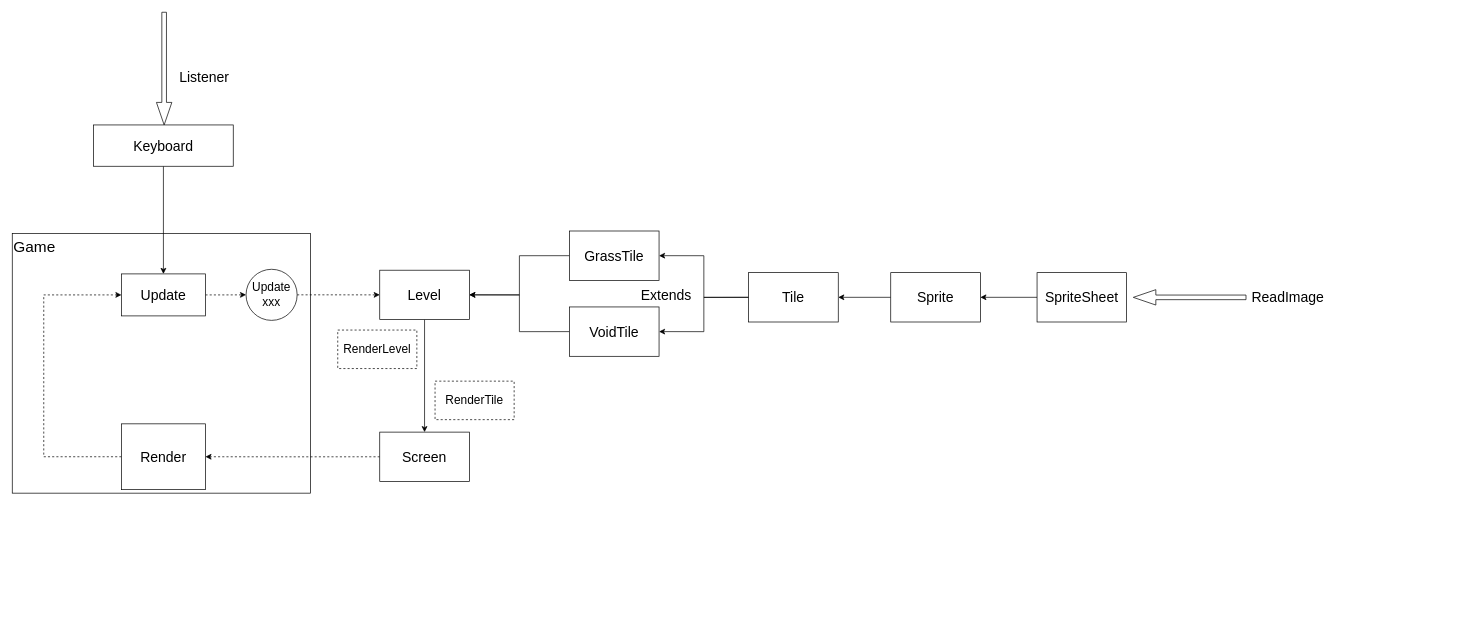
The draw.io diagram Game.drawio in xiaodongYao/DrawIO, before the edit. Source tidied: cells renumbered, new cells numbered last; positions are measured from the earlier drawing's top-left corner, leaving out a move shared by most shapes. Both pictures are drawn from the tidied source at 70%, with x=0, y=0 at pixel (12, 12).
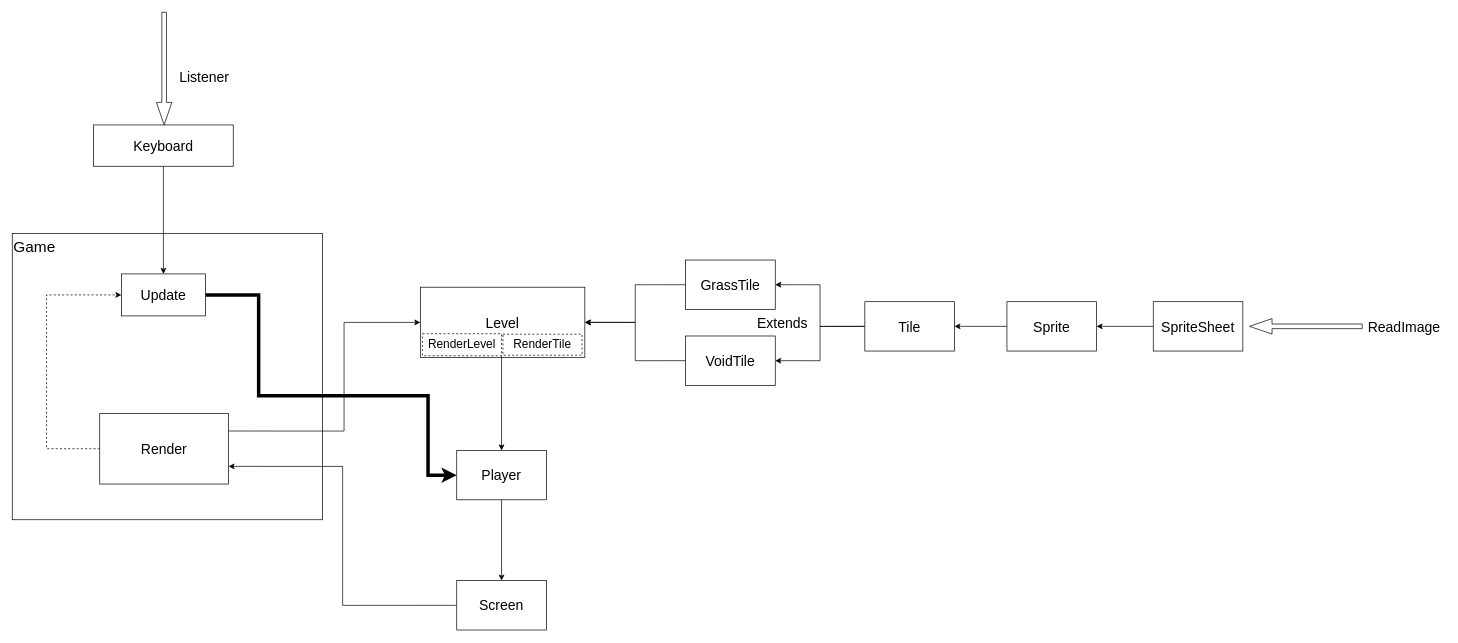
After the change.

Unchanged cells that the change refers to:
```xml
<mxCell id="10" value="Update" style="rounded=0;whiteSpace=wrap;html=1;fontSize=20;" parent="1" vertex="1">
  <mxGeometry x="156" y="373.8" width="120" height="60" as="geometry" />
</mxCell>
```

The edit, as a diff of the source:
```diff
@@
     <mxCell id="2" value="Game" style="rounded=0;whiteSpace=wrap;html=1;align=left;verticalAlign=top;fontSize=22;textShadow=0;" parent="1" vertex="1">
-      <mxGeometry y="316" width="426" height="371" as="geometry" />
+      <mxGeometry y="316" width="443" height="409" as="geometry" />
     </mxCell>
-    <mxCell id="3" style="edgeStyle=orthogonalEdgeStyle;rounded=0;jettySize=auto;html=1;exitX=0;exitY=0.5;exitDx=0;exitDy=0;entryX=1;entryY=0.5;entryDx=0;entryDy=0;dashed=1;" parent="1" edge="1" source="4" target="12">
+    <mxCell id="3" style="edgeStyle=orthogonalEdgeStyle;rounded=0;jettySize=auto;html=1;exitX=0;exitY=0.5;exitDx=0;exitDy=0;entryX=1;entryY=0.75;entryDx=0;entryDy=0;" parent="1" edge="1" source="4" target="12">
       <mxGeometry relative="1" as="geometry" />
     </mxCell>
     <mxCell id="4" value="Screen" style="rounded=0;whiteSpace=wrap;html=1;align=center;verticalAlign=middle;fontSize=20;" parent="1" vertex="1">
-      <mxGeometry x="525" y="599.8" width="128" height="70.5" as="geometry" />
+      <mxGeometry x="635" y="812" width="128" height="70.5" as="geometry" />
     </mxCell>
@@
-    <mxCell id="9" style="edgeStyle=orthogonalEdgeStyle;rounded=0;jettySize=auto;html=1;exitX=1;exitY=0.5;exitDx=0;exitDy=0;entryX=0;entryY=0.5;entryDx=0;entryDy=0;dashed=1;" parent="1" edge="1" source="10" target="20">
-      <mxGeometry relative="1" as="geometry" />
-    </mxCell>
+    <mxCell id="33" style="edgeStyle=orthogonalEdgeStyle;rounded=0;jettySize=auto;html=1;exitX=1;exitY=0.5;exitDx=0;exitDy=0;entryX=0;entryY=0.5;entryDx=0;entryDy=0;strokeWidth=5;" parent="1" edge="1" source="10" target="37">
+      <mxGeometry relative="1" as="geometry">
+        <Array as="points">
+          <mxPoint x="352" y="404" />
+          <mxPoint x="352" y="548" />
+          <mxPoint x="594" y="548" />
+          <mxPoint x="594" y="661" />
+        </Array>
+      </mxGeometry>
+    </mxCell>
@@
+    <mxCell id="34" style="edgeStyle=orthogonalEdgeStyle;rounded=0;jettySize=auto;html=1;exitX=1;exitY=0.25;exitDx=0;exitDy=0;entryX=0;entryY=0.5;entryDx=0;entryDy=0;" parent="1" edge="1" source="12" target="28">
+      <mxGeometry relative="1" as="geometry">
+        <Array as="points">
+          <mxPoint x="474" y="598" />
+          <mxPoint x="474" y="443" />
+        </Array>
+      </mxGeometry>
+    </mxCell>
     <mxCell id="11" style="edgeStyle=orthogonalEdgeStyle;rounded=0;jettySize=auto;html=1;exitX=0;exitY=0.5;exitDx=0;exitDy=0;entryX=0;entryY=0.5;entryDx=0;entryDy=0;dashed=1;" parent="1" edge="1" source="12" target="10">
       <mxGeometry relative="1" as="geometry">
         <Array as="points">
-          <mxPoint x="45" y="635" />
-          <mxPoint x="45" y="404" />
+          <mxPoint x="49" y="624" />
+          <mxPoint x="49" y="404" />
         </Array>
       </mxGeometry>
     </mxCell>
-    <mxCell id="12" value="Render" style="rounded=0;whiteSpace=wrap;html=1;fontSize=20;" parent="1" vertex="1">
-      <mxGeometry x="156" y="588" width="120" height="94" as="geometry" />
+    <mxCell id="12" value="Render" style="rounded=0;whiteSpace=wrap;html=1;fontSize=20;verticalAlign=middle;align=center;" parent="1" vertex="1">
+      <mxGeometry x="125" y="573" width="184" height="101" as="geometry" />
     </mxCell>
@@
     <mxCell id="14" value="SpriteSheet" style="rounded=0;whiteSpace=wrap;html=1;align=center;verticalAlign=middle;fontSize=20;" parent="1" vertex="1">
-      <mxGeometry x="1464" y="372" width="128" height="70.5" as="geometry" />
+      <mxGeometry x="1630" y="413.5" width="128" height="70.5" as="geometry" />
     </mxCell>
@@
     <mxCell id="16" value="Sprite" style="rounded=0;whiteSpace=wrap;html=1;align=center;verticalAlign=middle;fontSize=20;" parent="1" vertex="1">
-      <mxGeometry x="1255" y="372" width="128" height="70.5" as="geometry" />
+      <mxGeometry x="1421" y="413.5" width="128" height="70.5" as="geometry" />
     </mxCell>
     <mxCell id="17" style="shape=singleArrow;direction=south;whiteSpace=wrap;html=1;rotation=90;" parent="1" vertex="1">
-      <mxGeometry x="1671" y="326.8" width="22" height="161" as="geometry" />
+      <mxGeometry x="1837" y="368.2" width="22" height="161" as="geometry" />
     </mxCell>
     <mxCell id="18" value="ReadImage" style="text;html=1;align=center;verticalAlign=middle;whiteSpace=wrap;rounded=0;fontSize=20;" parent="1" vertex="1">
-      <mxGeometry x="1763" y="380.8" width="119" height="53" as="geometry" />
+      <mxGeometry x="1929" y="422.2" width="119" height="53" as="geometry" />
     </mxCell>
-    <mxCell id="19" style="edgeStyle=orthogonalEdgeStyle;rounded=0;jettySize=auto;html=1;exitX=1;exitY=0.5;exitDx=0;exitDy=0;entryX=0;entryY=0.5;entryDx=0;entryDy=0;dashed=1;" parent="1" edge="1" source="20" target="28">
-      <mxGeometry relative="1" as="geometry" />
-    </mxCell>
-    <mxCell id="20" value="Update xxx" style="ellipse;whiteSpace=wrap;html=1;fontSize=17;" parent="1" vertex="1">
-      <mxGeometry x="334" y="367.2" width="73" height="73" as="geometry" />
-    </mxCell>
@@
     <mxCell id="22" value="GrassTile" style="rounded=0;whiteSpace=wrap;html=1;align=center;verticalAlign=middle;fontSize=20;" parent="1" vertex="1">
-      <mxGeometry x="796" y="312.5" width="128" height="70.5" as="geometry" />
+      <mxGeometry x="962" y="354" width="128" height="70.5" as="geometry" />
     </mxCell>
@@
     <mxCell id="25" value="Tile" style="rounded=0;whiteSpace=wrap;html=1;align=center;verticalAlign=middle;fontSize=20;" parent="1" vertex="1">
-      <mxGeometry x="1052" y="372" width="128" height="70.5" as="geometry" />
+      <mxGeometry x="1218" y="413.5" width="128" height="70.5" as="geometry" />
     </mxCell>
     <mxCell id="26" value="Extends" style="text;html=1;align=center;verticalAlign=middle;whiteSpace=wrap;rounded=0;fontSize=20;" parent="1" vertex="1">
-      <mxGeometry x="887" y="380.8" width="95" height="44" as="geometry" />
+      <mxGeometry x="1053" y="422.2" width="95" height="44" as="geometry" />
     </mxCell>
-    <mxCell id="27" style="edgeStyle=orthogonalEdgeStyle;rounded=0;jettySize=auto;html=1;exitX=0.5;exitY=1;exitDx=0;exitDy=0;" parent="1" edge="1" source="28" target="4">
-      <mxGeometry relative="1" as="geometry" />
-    </mxCell>
     <mxCell id="28" value="Level" style="rounded=0;whiteSpace=wrap;html=1;align=center;verticalAlign=middle;fontSize=20;" parent="1" vertex="1">
-      <mxGeometry x="525" y="368.5" width="128" height="70.5" as="geometry" />
+      <mxGeometry x="583" y="392.8" width="235" height="100.5" as="geometry" />
     </mxCell>
@@
     <mxCell id="30" value="VoidTile" style="rounded=0;whiteSpace=wrap;html=1;align=center;verticalAlign=middle;fontSize=20;" parent="1" vertex="1">
-      <mxGeometry x="796" y="421" width="128" height="70.5" as="geometry" />
+      <mxGeometry x="962" y="462.5" width="128" height="70.5" as="geometry" />
     </mxCell>
+    <mxCell id="35" style="edgeStyle=orthogonalEdgeStyle;rounded=0;jettySize=auto;html=1;exitX=1;exitY=1;exitDx=0;exitDy=0;entryX=0.5;entryY=0;entryDx=0;entryDy=0;" parent="1" edge="1" source="31" target="37">
+      <mxGeometry relative="1" as="geometry" />
+    </mxCell>
     <mxCell id="31" value="RenderLevel" style="text;html=1;align=center;verticalAlign=middle;whiteSpace=wrap;rounded=0;fontSize=17;strokeColor=default;dashed=1;" parent="1" vertex="1">
-      <mxGeometry x="465" y="454" width="113" height="55" as="geometry" />
+      <mxGeometry x="586" y="459.2" width="113" height="31.5" as="geometry" />
     </mxCell>
     <mxCell id="32" value="RenderTile" style="text;html=1;align=center;verticalAlign=middle;whiteSpace=wrap;rounded=0;fontSize=17;strokeColor=default;dashed=1;" parent="1" vertex="1">
-      <mxGeometry x="604" y="527" width="113" height="55" as="geometry" />
+      <mxGeometry x="701" y="460" width="113" height="30" as="geometry" />
     </mxCell>
+    <mxCell id="36" style="edgeStyle=orthogonalEdgeStyle;rounded=0;jettySize=auto;html=1;exitX=0.5;exitY=1;exitDx=0;exitDy=0;" parent="1" edge="1" source="37" target="4">
+      <mxGeometry relative="1" as="geometry" />
+    </mxCell>
+    <mxCell id="37" value="Player" style="rounded=0;whiteSpace=wrap;html=1;align=center;verticalAlign=middle;fontSize=20;" parent="1" vertex="1">
+      <mxGeometry x="635" y="626" width="128" height="70.5" as="geometry" />
+    </mxCell>
```
